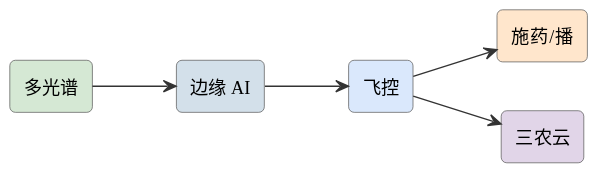
The PlantUML diagram assets/diagrams/ideas-fig93.svg in mingyi0818/IntelligentMcuCourse, before a commit.
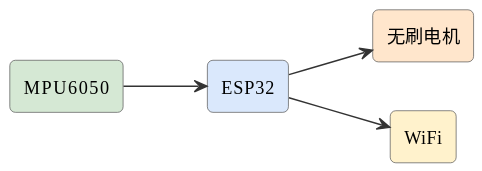
After the change.

Diff of the diagram source:
```diff
@@ -6,13 +6,11 @@
 skinparam arrowFontSize 11
 skinparam arrowColor #333
 left to right direction
-rectangle "多光谱" as cam #d5e8d4
-rectangle "边缘 AI" as ai #d3e0ea
-rectangle "飞控" as fc #dae8fc
-rectangle "施药/播" as act #ffe6cc
-rectangle "三农云" as cloud #e1d5e8
-cam --> ai
-ai --> fc
-fc --> act
-fc --> cloud
+rectangle "MPU6050" as imu #d5e8d4
+rectangle "ESP32" as esp #dae8fc
+rectangle "无刷电机" as motor #ffe6cc
+rectangle "WiFi" as wifi #fff2cc
+imu --> esp
+esp --> motor
+esp --> wifi
 @enduml
```
